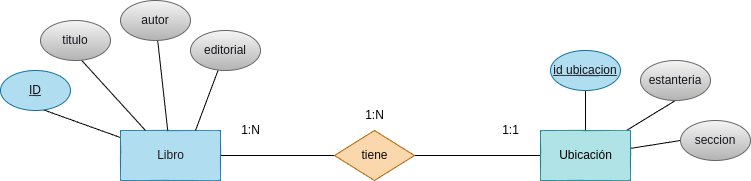
Above: tareas/tarea-3/images/ejercicio1.drawio.png in betancorge/base-datos-2 (draw.io), before the change. Source tidied: cells renumbered, new cells last; positions are measured from the earlier drawing's top-left corner, leaving out a move shared by most shapes.
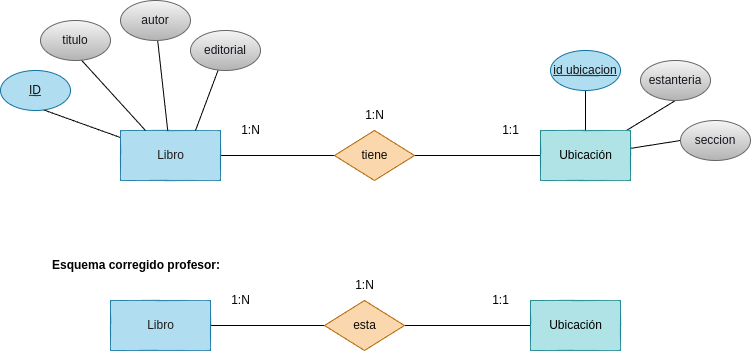
The same diagram one commit later.

What changed in the source:
```diff
@@ -68,5 +68,32 @@
     <mxCell id="23" value="&lt;font color=&quot;#18141d&quot;&gt;seccion&lt;/font&gt;" style="ellipse;whiteSpace=wrap;html=1;align=center;fillColor=#f5f5f5;gradientColor=#b3b3b3;strokeColor=#666666;" parent="1" vertex="1">
       <mxGeometry x="680" y="120" width="70" height="40" as="geometry" />
     </mxCell>
+    <mxCell id="24" value="&lt;h1 style=&quot;margin-top: 0px;&quot;&gt;&lt;font style=&quot;font-size: 12px;&quot;&gt;Esquema corregido profesor:&lt;/font&gt;&lt;/h1&gt;" style="text;html=1;whiteSpace=wrap;overflow=hidden;rounded=0;" parent="1" vertex="1">
+      <mxGeometry x="50" y="240" width="190" height="50" as="geometry" />
+    </mxCell>
+    <mxCell id="25" style="edgeStyle=none;html=1;entryX=0;entryY=0.5;entryDx=0;entryDy=0;endArrow=none;endFill=0;" parent="1" edge="1" source="26" target="28">
+      <mxGeometry relative="1" as="geometry" />
+    </mxCell>
+    <mxCell id="26" value="&lt;font color=&quot;#1d1b1b&quot;&gt;Libro&lt;/font&gt;" style="html=1;dashed=0;whitespace=wrap;fillColor=#b1ddf0;strokeColor=#10739e;" parent="1" vertex="1">
+      <mxGeometry x="110" y="300" width="100" height="50" as="geometry" />
+    </mxCell>
+    <mxCell id="27" style="edgeStyle=none;html=1;exitX=1;exitY=0.5;exitDx=0;exitDy=0;entryX=0;entryY=0.5;entryDx=0;entryDy=0;endArrow=none;endFill=0;" parent="1" edge="1" source="28" target="29">
+      <mxGeometry relative="1" as="geometry" />
+    </mxCell>
+    <mxCell id="28" value="&lt;font color=&quot;#0a0a0a&quot;&gt;esta&lt;/font&gt;" style="shape=rhombus;html=1;dashed=0;whitespace=wrap;perimeter=rhombusPerimeter;fillColor=#fad7ac;strokeColor=#b46504;" parent="1" vertex="1">
+      <mxGeometry x="324" y="300" width="80" height="50" as="geometry" />
+    </mxCell>
+    <mxCell id="29" value="&lt;font color=&quot;#000000&quot;&gt;Ubicación&lt;/font&gt;" style="html=1;dashed=0;whitespace=wrap;fillColor=#b0e3e6;strokeColor=#0e8088;" parent="1" vertex="1">
+      <mxGeometry x="530" y="300" width="90" height="50" as="geometry" />
+    </mxCell>
+    <mxCell id="30" value="1:1" style="text;html=1;align=center;verticalAlign=middle;strokeColor=none;fillColor=none;" parent="1" vertex="1">
+      <mxGeometry x="480" y="285" width="40" height="30" as="geometry" />
+    </mxCell>
+    <mxCell id="31" value="1:N" style="text;html=1;align=center;verticalAlign=middle;strokeColor=none;fillColor=none;" parent="1" vertex="1">
+      <mxGeometry x="344" y="270" width="40" height="30" as="geometry" />
+    </mxCell>
+    <mxCell id="32" value="1:N" style="text;html=1;align=center;verticalAlign=middle;strokeColor=none;fillColor=none;" parent="1" vertex="1">
+      <mxGeometry x="220" y="285" width="40" height="30" as="geometry" />
+    </mxCell>
   </root>
 </mxGraphModel>
```
